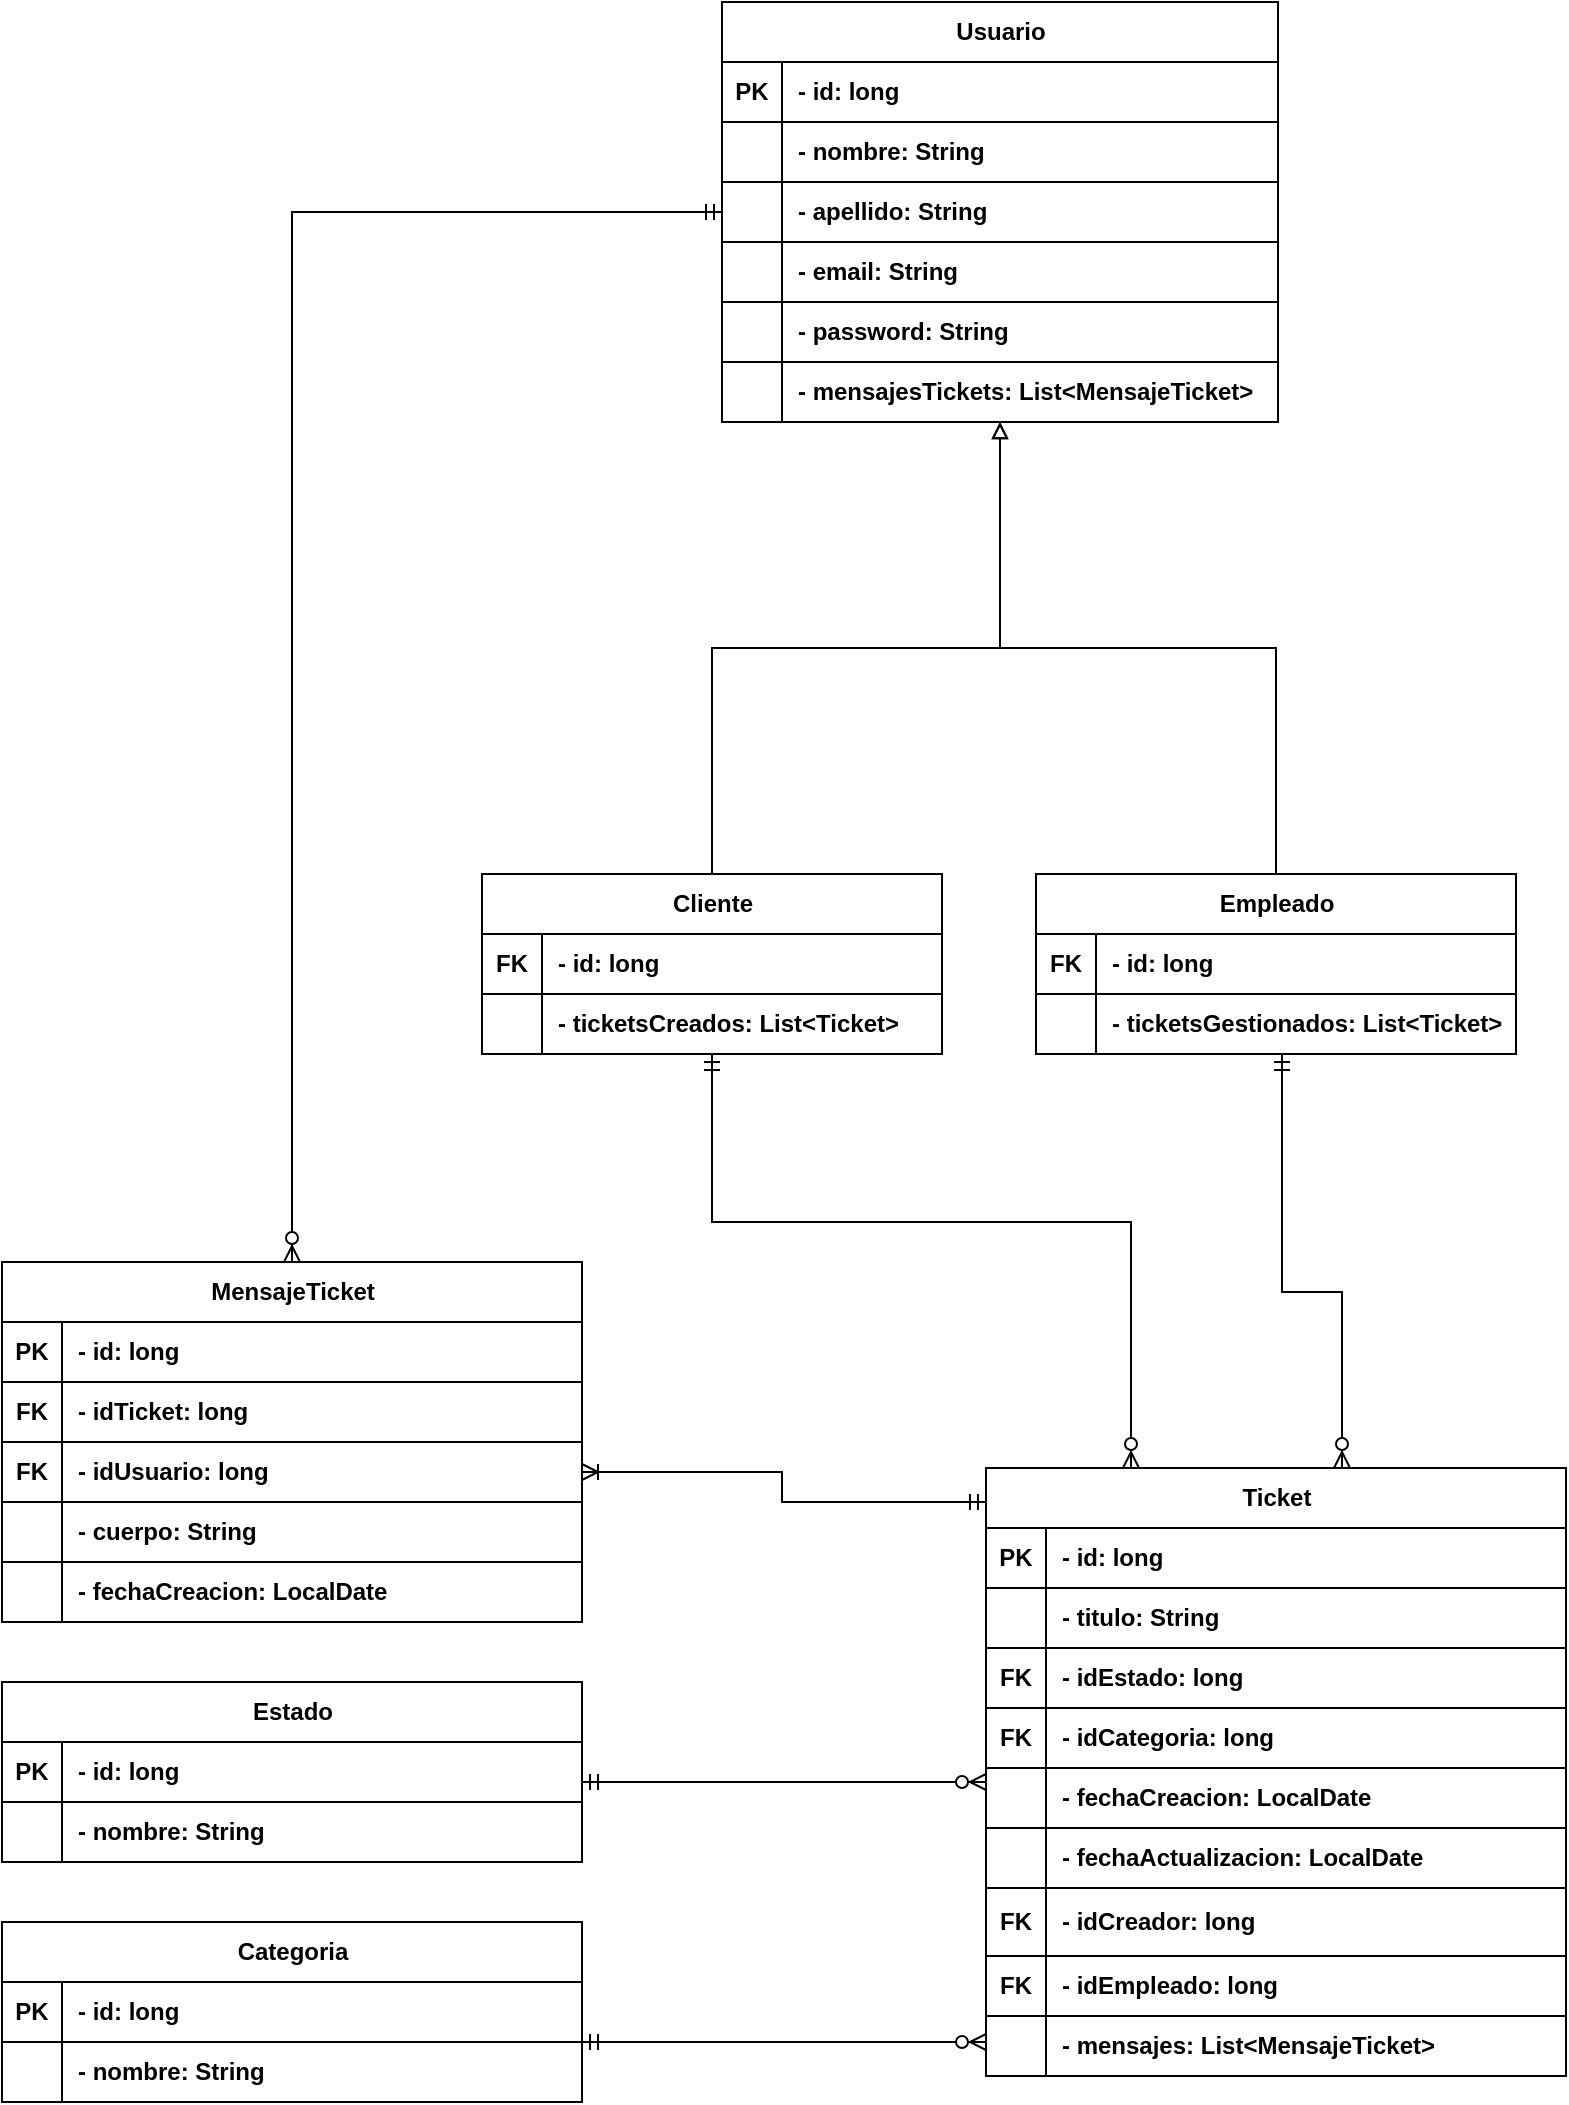
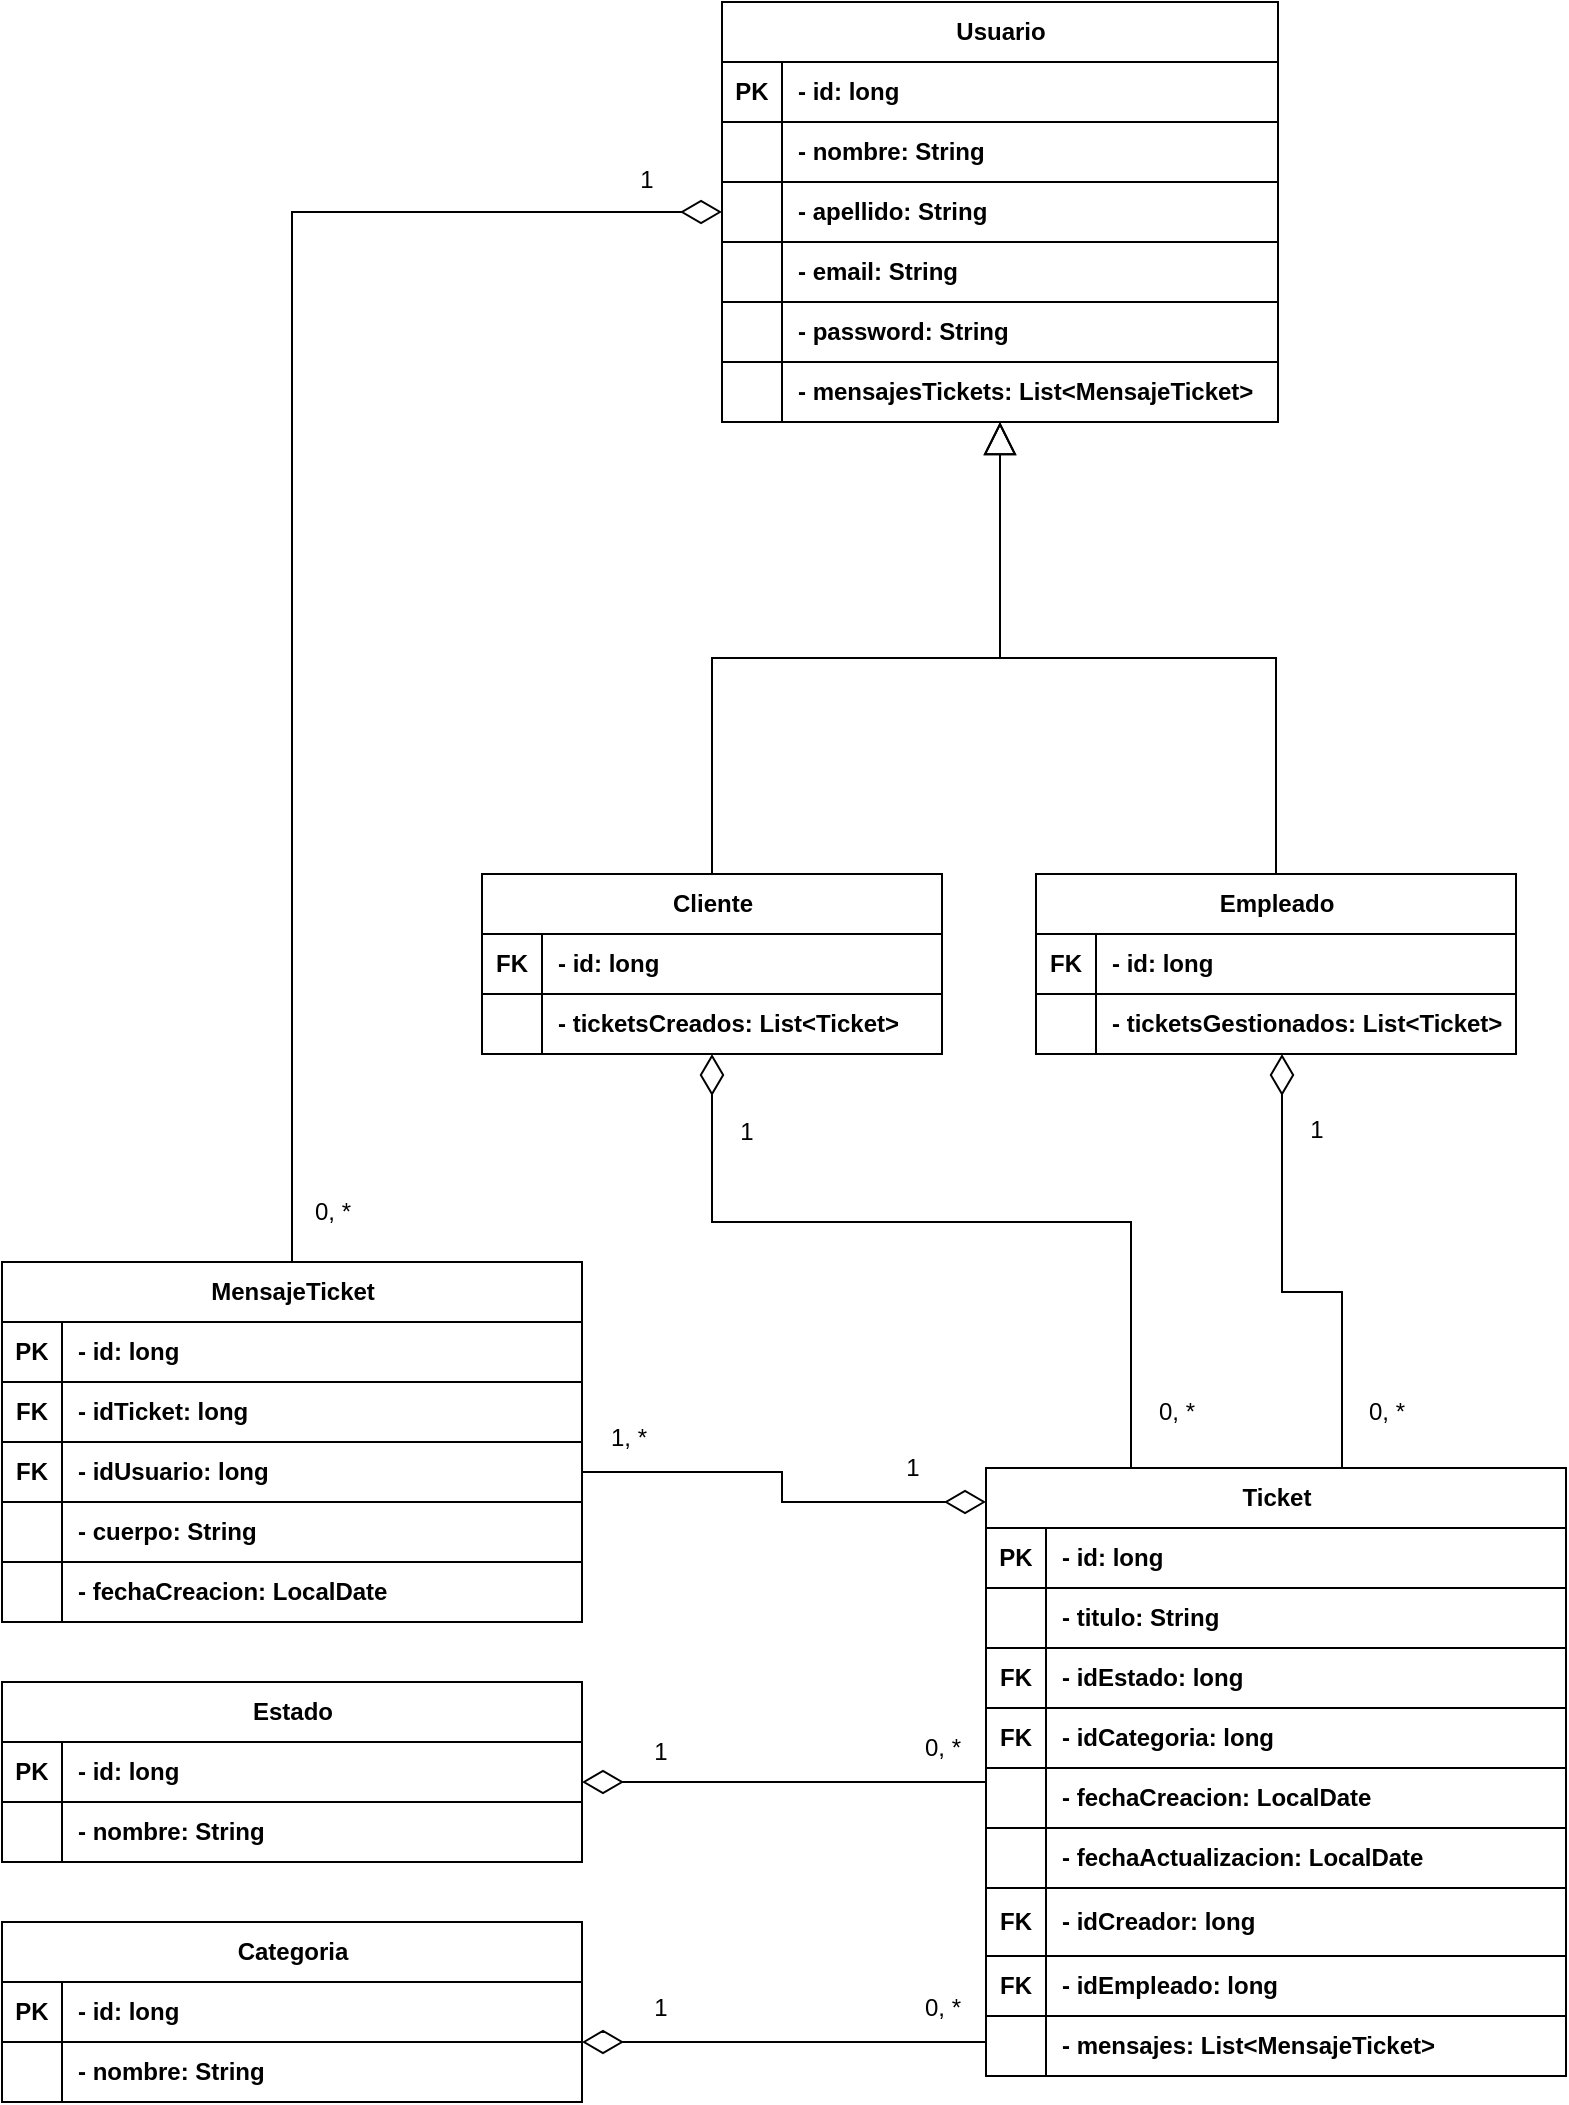
<mxfile host="Electron" agent="Mozilla/5.0 (Windows NT 10.0; Win64; x64) AppleWebKit/537.36 (KHTML, like Gecko) draw.io/26.2.2 Chrome/134.0.6998.178 Electron/35.1.2 Safari/537.36" version="26.2.2">
  <diagram name="Página-1" id="3M8e9SYmq60f9B821WXR">
    <mxGraphModel dx="1798" dy="1766" grid="1" gridSize="10" guides="1" tooltips="1" connect="1" arrows="1" fold="1" page="1" pageScale="1" pageWidth="827" pageHeight="1169" math="0" shadow="0">
      <root>
        <mxCell id="0" />
        <mxCell id="1" parent="0" />
        <mxCell id="R5LQCCE7_3QwuszoyC7Z-1" value="Usuario" style="shape=table;startSize=30;container=1;collapsible=1;childLayout=tableLayout;fixedRows=1;rowLines=0;fontStyle=1;align=center;resizeLast=1;html=1;" parent="1" vertex="1">
          <mxGeometry x="-440" y="-1080" width="278" height="210" as="geometry" />
        </mxCell>
        <mxCell id="R5LQCCE7_3QwuszoyC7Z-2" value="" style="shape=tableRow;horizontal=0;startSize=0;swimlaneHead=0;swimlaneBody=0;fillColor=none;collapsible=0;dropTarget=0;points=[[0,0.5],[1,0.5]];portConstraint=eastwest;top=0;left=0;right=0;bottom=1;" parent="R5LQCCE7_3QwuszoyC7Z-1" vertex="1">
          <mxGeometry y="30" width="278" height="30" as="geometry" />
        </mxCell>
        <mxCell id="R5LQCCE7_3QwuszoyC7Z-3" value="PK" style="shape=partialRectangle;connectable=0;fillColor=none;top=0;left=0;bottom=0;right=0;fontStyle=1;overflow=hidden;whiteSpace=wrap;html=1;" parent="R5LQCCE7_3QwuszoyC7Z-2" vertex="1">
          <mxGeometry width="30" height="30" as="geometry">
            <mxRectangle width="30" height="30" as="alternateBounds" />
          </mxGeometry>
        </mxCell>
        <mxCell id="R5LQCCE7_3QwuszoyC7Z-4" value="- id: long" style="shape=partialRectangle;connectable=0;fillColor=none;top=0;left=0;bottom=0;right=0;align=left;spacingLeft=6;fontStyle=1;overflow=hidden;whiteSpace=wrap;html=1;" parent="R5LQCCE7_3QwuszoyC7Z-2" vertex="1">
          <mxGeometry x="30" width="248" height="30" as="geometry">
            <mxRectangle width="248" height="30" as="alternateBounds" />
          </mxGeometry>
        </mxCell>
        <mxCell id="R5LQCCE7_3QwuszoyC7Z-39" value="" style="shape=tableRow;horizontal=0;startSize=0;swimlaneHead=0;swimlaneBody=0;fillColor=none;collapsible=0;dropTarget=0;points=[[0,0.5],[1,0.5]];portConstraint=eastwest;top=0;left=0;right=0;bottom=1;" parent="R5LQCCE7_3QwuszoyC7Z-1" vertex="1">
          <mxGeometry y="60" width="278" height="30" as="geometry" />
        </mxCell>
        <mxCell id="R5LQCCE7_3QwuszoyC7Z-40" value="" style="shape=partialRectangle;connectable=0;fillColor=none;top=0;left=0;bottom=0;right=0;fontStyle=1;overflow=hidden;whiteSpace=wrap;html=1;" parent="R5LQCCE7_3QwuszoyC7Z-39" vertex="1">
          <mxGeometry width="30" height="30" as="geometry">
            <mxRectangle width="30" height="30" as="alternateBounds" />
          </mxGeometry>
        </mxCell>
        <mxCell id="R5LQCCE7_3QwuszoyC7Z-41" value="- nombre: String" style="shape=partialRectangle;connectable=0;fillColor=none;top=0;left=0;bottom=0;right=0;align=left;spacingLeft=6;fontStyle=1;overflow=hidden;whiteSpace=wrap;html=1;" parent="R5LQCCE7_3QwuszoyC7Z-39" vertex="1">
          <mxGeometry x="30" width="248" height="30" as="geometry">
            <mxRectangle width="248" height="30" as="alternateBounds" />
          </mxGeometry>
        </mxCell>
        <mxCell id="R5LQCCE7_3QwuszoyC7Z-42" value="" style="shape=tableRow;horizontal=0;startSize=0;swimlaneHead=0;swimlaneBody=0;fillColor=none;collapsible=0;dropTarget=0;points=[[0,0.5],[1,0.5]];portConstraint=eastwest;top=0;left=0;right=0;bottom=1;" parent="R5LQCCE7_3QwuszoyC7Z-1" vertex="1">
          <mxGeometry y="90" width="278" height="30" as="geometry" />
        </mxCell>
        <mxCell id="R5LQCCE7_3QwuszoyC7Z-43" value="" style="shape=partialRectangle;connectable=0;fillColor=none;top=0;left=0;bottom=0;right=0;fontStyle=1;overflow=hidden;whiteSpace=wrap;html=1;" parent="R5LQCCE7_3QwuszoyC7Z-42" vertex="1">
          <mxGeometry width="30" height="30" as="geometry">
            <mxRectangle width="30" height="30" as="alternateBounds" />
          </mxGeometry>
        </mxCell>
        <mxCell id="R5LQCCE7_3QwuszoyC7Z-44" value="- apellido: String" style="shape=partialRectangle;connectable=0;fillColor=none;top=0;left=0;bottom=0;right=0;align=left;spacingLeft=6;fontStyle=1;overflow=hidden;whiteSpace=wrap;html=1;" parent="R5LQCCE7_3QwuszoyC7Z-42" vertex="1">
          <mxGeometry x="30" width="248" height="30" as="geometry">
            <mxRectangle width="248" height="30" as="alternateBounds" />
          </mxGeometry>
        </mxCell>
        <mxCell id="R5LQCCE7_3QwuszoyC7Z-45" value="" style="shape=tableRow;horizontal=0;startSize=0;swimlaneHead=0;swimlaneBody=0;fillColor=none;collapsible=0;dropTarget=0;points=[[0,0.5],[1,0.5]];portConstraint=eastwest;top=0;left=0;right=0;bottom=1;" parent="R5LQCCE7_3QwuszoyC7Z-1" vertex="1">
          <mxGeometry y="120" width="278" height="30" as="geometry" />
        </mxCell>
        <mxCell id="R5LQCCE7_3QwuszoyC7Z-46" value="" style="shape=partialRectangle;connectable=0;fillColor=none;top=0;left=0;bottom=0;right=0;fontStyle=1;overflow=hidden;whiteSpace=wrap;html=1;" parent="R5LQCCE7_3QwuszoyC7Z-45" vertex="1">
          <mxGeometry width="30" height="30" as="geometry">
            <mxRectangle width="30" height="30" as="alternateBounds" />
          </mxGeometry>
        </mxCell>
        <mxCell id="R5LQCCE7_3QwuszoyC7Z-47" value="- email: String" style="shape=partialRectangle;connectable=0;fillColor=none;top=0;left=0;bottom=0;right=0;align=left;spacingLeft=6;fontStyle=1;overflow=hidden;whiteSpace=wrap;html=1;" parent="R5LQCCE7_3QwuszoyC7Z-45" vertex="1">
          <mxGeometry x="30" width="248" height="30" as="geometry">
            <mxRectangle width="248" height="30" as="alternateBounds" />
          </mxGeometry>
        </mxCell>
        <mxCell id="tvN0JQb9E-ZVOXtC6DJ_-4" value="" style="shape=tableRow;horizontal=0;startSize=0;swimlaneHead=0;swimlaneBody=0;fillColor=none;collapsible=0;dropTarget=0;points=[[0,0.5],[1,0.5]];portConstraint=eastwest;top=0;left=0;right=0;bottom=1;" parent="R5LQCCE7_3QwuszoyC7Z-1" vertex="1">
          <mxGeometry y="150" width="278" height="30" as="geometry" />
        </mxCell>
        <mxCell id="tvN0JQb9E-ZVOXtC6DJ_-5" value="" style="shape=partialRectangle;connectable=0;fillColor=none;top=0;left=0;bottom=0;right=0;fontStyle=1;overflow=hidden;whiteSpace=wrap;html=1;" parent="tvN0JQb9E-ZVOXtC6DJ_-4" vertex="1">
          <mxGeometry width="30" height="30" as="geometry">
            <mxRectangle width="30" height="30" as="alternateBounds" />
          </mxGeometry>
        </mxCell>
        <mxCell id="tvN0JQb9E-ZVOXtC6DJ_-6" value="- password: String" style="shape=partialRectangle;connectable=0;fillColor=none;top=0;left=0;bottom=0;right=0;align=left;spacingLeft=6;fontStyle=1;overflow=hidden;whiteSpace=wrap;html=1;" parent="tvN0JQb9E-ZVOXtC6DJ_-4" vertex="1">
          <mxGeometry x="30" width="248" height="30" as="geometry">
            <mxRectangle width="248" height="30" as="alternateBounds" />
          </mxGeometry>
        </mxCell>
        <mxCell id="tvN0JQb9E-ZVOXtC6DJ_-32" value="" style="shape=tableRow;horizontal=0;startSize=0;swimlaneHead=0;swimlaneBody=0;fillColor=none;collapsible=0;dropTarget=0;points=[[0,0.5],[1,0.5]];portConstraint=eastwest;top=0;left=0;right=0;bottom=1;" parent="R5LQCCE7_3QwuszoyC7Z-1" vertex="1">
          <mxGeometry y="180" width="278" height="30" as="geometry" />
        </mxCell>
        <mxCell id="tvN0JQb9E-ZVOXtC6DJ_-33" value="" style="shape=partialRectangle;connectable=0;fillColor=none;top=0;left=0;bottom=0;right=0;fontStyle=1;overflow=hidden;whiteSpace=wrap;html=1;" parent="tvN0JQb9E-ZVOXtC6DJ_-32" vertex="1">
          <mxGeometry width="30" height="30" as="geometry">
            <mxRectangle width="30" height="30" as="alternateBounds" />
          </mxGeometry>
        </mxCell>
        <mxCell id="tvN0JQb9E-ZVOXtC6DJ_-34" value="- mensajesTickets: List&amp;lt;MensajeTicket&amp;gt;" style="shape=partialRectangle;connectable=0;fillColor=none;top=0;left=0;bottom=0;right=0;align=left;spacingLeft=6;fontStyle=1;overflow=hidden;whiteSpace=wrap;html=1;" parent="tvN0JQb9E-ZVOXtC6DJ_-32" vertex="1">
          <mxGeometry x="30" width="248" height="30" as="geometry">
            <mxRectangle width="248" height="30" as="alternateBounds" />
          </mxGeometry>
        </mxCell>
        <mxCell id="R5LQCCE7_3QwuszoyC7Z-80" value="Ticket" style="shape=table;startSize=30;container=1;collapsible=1;childLayout=tableLayout;fixedRows=1;rowLines=0;fontStyle=1;align=center;resizeLast=1;html=1;" parent="1" vertex="1">
          <mxGeometry x="-308" y="-347" width="290" height="304" as="geometry" />
        </mxCell>
        <mxCell id="R5LQCCE7_3QwuszoyC7Z-81" value="" style="shape=tableRow;horizontal=0;startSize=0;swimlaneHead=0;swimlaneBody=0;fillColor=none;collapsible=0;dropTarget=0;points=[[0,0.5],[1,0.5]];portConstraint=eastwest;top=0;left=0;right=0;bottom=1;" parent="R5LQCCE7_3QwuszoyC7Z-80" vertex="1">
          <mxGeometry y="30" width="290" height="30" as="geometry" />
        </mxCell>
        <mxCell id="R5LQCCE7_3QwuszoyC7Z-82" value="PK" style="shape=partialRectangle;connectable=0;fillColor=none;top=0;left=0;bottom=0;right=0;fontStyle=1;overflow=hidden;whiteSpace=wrap;html=1;" parent="R5LQCCE7_3QwuszoyC7Z-81" vertex="1">
          <mxGeometry width="30" height="30" as="geometry">
            <mxRectangle width="30" height="30" as="alternateBounds" />
          </mxGeometry>
        </mxCell>
        <mxCell id="R5LQCCE7_3QwuszoyC7Z-83" value="- id: long" style="shape=partialRectangle;connectable=0;fillColor=none;top=0;left=0;bottom=0;right=0;align=left;spacingLeft=6;fontStyle=1;overflow=hidden;whiteSpace=wrap;html=1;" parent="R5LQCCE7_3QwuszoyC7Z-81" vertex="1">
          <mxGeometry x="30" width="260" height="30" as="geometry">
            <mxRectangle width="260" height="30" as="alternateBounds" />
          </mxGeometry>
        </mxCell>
        <mxCell id="R5LQCCE7_3QwuszoyC7Z-84" value="" style="shape=tableRow;horizontal=0;startSize=0;swimlaneHead=0;swimlaneBody=0;fillColor=none;collapsible=0;dropTarget=0;points=[[0,0.5],[1,0.5]];portConstraint=eastwest;top=0;left=0;right=0;bottom=1;" parent="R5LQCCE7_3QwuszoyC7Z-80" vertex="1">
          <mxGeometry y="60" width="290" height="30" as="geometry" />
        </mxCell>
        <mxCell id="R5LQCCE7_3QwuszoyC7Z-85" value="" style="shape=partialRectangle;connectable=0;fillColor=none;top=0;left=0;bottom=0;right=0;fontStyle=1;overflow=hidden;whiteSpace=wrap;html=1;" parent="R5LQCCE7_3QwuszoyC7Z-84" vertex="1">
          <mxGeometry width="30" height="30" as="geometry">
            <mxRectangle width="30" height="30" as="alternateBounds" />
          </mxGeometry>
        </mxCell>
        <mxCell id="R5LQCCE7_3QwuszoyC7Z-86" value="- titulo: String" style="shape=partialRectangle;connectable=0;fillColor=none;top=0;left=0;bottom=0;right=0;align=left;spacingLeft=6;fontStyle=1;overflow=hidden;whiteSpace=wrap;html=1;" parent="R5LQCCE7_3QwuszoyC7Z-84" vertex="1">
          <mxGeometry x="30" width="260" height="30" as="geometry">
            <mxRectangle width="260" height="30" as="alternateBounds" />
          </mxGeometry>
        </mxCell>
        <mxCell id="R5LQCCE7_3QwuszoyC7Z-90" value="" style="shape=tableRow;horizontal=0;startSize=0;swimlaneHead=0;swimlaneBody=0;fillColor=none;collapsible=0;dropTarget=0;points=[[0,0.5],[1,0.5]];portConstraint=eastwest;top=0;left=0;right=0;bottom=1;" parent="R5LQCCE7_3QwuszoyC7Z-80" vertex="1">
          <mxGeometry y="90" width="290" height="30" as="geometry" />
        </mxCell>
        <mxCell id="R5LQCCE7_3QwuszoyC7Z-91" value="FK" style="shape=partialRectangle;connectable=0;fillColor=none;top=0;left=0;bottom=0;right=0;fontStyle=1;overflow=hidden;whiteSpace=wrap;html=1;" parent="R5LQCCE7_3QwuszoyC7Z-90" vertex="1">
          <mxGeometry width="30" height="30" as="geometry">
            <mxRectangle width="30" height="30" as="alternateBounds" />
          </mxGeometry>
        </mxCell>
        <mxCell id="R5LQCCE7_3QwuszoyC7Z-92" value="- idEstado: long" style="shape=partialRectangle;connectable=0;fillColor=none;top=0;left=0;bottom=0;right=0;align=left;spacingLeft=6;fontStyle=1;overflow=hidden;whiteSpace=wrap;html=1;" parent="R5LQCCE7_3QwuszoyC7Z-90" vertex="1">
          <mxGeometry x="30" width="260" height="30" as="geometry">
            <mxRectangle width="260" height="30" as="alternateBounds" />
          </mxGeometry>
        </mxCell>
        <mxCell id="R5LQCCE7_3QwuszoyC7Z-386" value="" style="shape=tableRow;horizontal=0;startSize=0;swimlaneHead=0;swimlaneBody=0;fillColor=none;collapsible=0;dropTarget=0;points=[[0,0.5],[1,0.5]];portConstraint=eastwest;top=0;left=0;right=0;bottom=1;" parent="R5LQCCE7_3QwuszoyC7Z-80" vertex="1">
          <mxGeometry y="120" width="290" height="30" as="geometry" />
        </mxCell>
        <mxCell id="R5LQCCE7_3QwuszoyC7Z-387" value="FK" style="shape=partialRectangle;connectable=0;fillColor=none;top=0;left=0;bottom=0;right=0;fontStyle=1;overflow=hidden;whiteSpace=wrap;html=1;" parent="R5LQCCE7_3QwuszoyC7Z-386" vertex="1">
          <mxGeometry width="30" height="30" as="geometry">
            <mxRectangle width="30" height="30" as="alternateBounds" />
          </mxGeometry>
        </mxCell>
        <mxCell id="R5LQCCE7_3QwuszoyC7Z-388" value="- idCategoria: long" style="shape=partialRectangle;connectable=0;fillColor=none;top=0;left=0;bottom=0;right=0;align=left;spacingLeft=6;fontStyle=1;overflow=hidden;whiteSpace=wrap;html=1;" parent="R5LQCCE7_3QwuszoyC7Z-386" vertex="1">
          <mxGeometry x="30" width="260" height="30" as="geometry">
            <mxRectangle width="260" height="30" as="alternateBounds" />
          </mxGeometry>
        </mxCell>
        <mxCell id="R5LQCCE7_3QwuszoyC7Z-93" value="" style="shape=tableRow;horizontal=0;startSize=0;swimlaneHead=0;swimlaneBody=0;fillColor=none;collapsible=0;dropTarget=0;points=[[0,0.5],[1,0.5]];portConstraint=eastwest;top=0;left=0;right=0;bottom=1;" parent="R5LQCCE7_3QwuszoyC7Z-80" vertex="1">
          <mxGeometry y="150" width="290" height="30" as="geometry" />
        </mxCell>
        <mxCell id="R5LQCCE7_3QwuszoyC7Z-94" value="" style="shape=partialRectangle;connectable=0;fillColor=none;top=0;left=0;bottom=0;right=0;fontStyle=1;overflow=hidden;whiteSpace=wrap;html=1;" parent="R5LQCCE7_3QwuszoyC7Z-93" vertex="1">
          <mxGeometry width="30" height="30" as="geometry">
            <mxRectangle width="30" height="30" as="alternateBounds" />
          </mxGeometry>
        </mxCell>
        <mxCell id="R5LQCCE7_3QwuszoyC7Z-95" value="- fechaCreacion: LocalDate" style="shape=partialRectangle;connectable=0;fillColor=none;top=0;left=0;bottom=0;right=0;align=left;spacingLeft=6;fontStyle=1;overflow=hidden;whiteSpace=wrap;html=1;" parent="R5LQCCE7_3QwuszoyC7Z-93" vertex="1">
          <mxGeometry x="30" width="260" height="30" as="geometry">
            <mxRectangle width="260" height="30" as="alternateBounds" />
          </mxGeometry>
        </mxCell>
        <mxCell id="R5LQCCE7_3QwuszoyC7Z-96" value="" style="shape=tableRow;horizontal=0;startSize=0;swimlaneHead=0;swimlaneBody=0;fillColor=none;collapsible=0;dropTarget=0;points=[[0,0.5],[1,0.5]];portConstraint=eastwest;top=0;left=0;right=0;bottom=1;" parent="R5LQCCE7_3QwuszoyC7Z-80" vertex="1">
          <mxGeometry y="180" width="290" height="30" as="geometry" />
        </mxCell>
        <mxCell id="R5LQCCE7_3QwuszoyC7Z-97" value="" style="shape=partialRectangle;connectable=0;fillColor=none;top=0;left=0;bottom=0;right=0;fontStyle=1;overflow=hidden;whiteSpace=wrap;html=1;" parent="R5LQCCE7_3QwuszoyC7Z-96" vertex="1">
          <mxGeometry width="30" height="30" as="geometry">
            <mxRectangle width="30" height="30" as="alternateBounds" />
          </mxGeometry>
        </mxCell>
        <mxCell id="R5LQCCE7_3QwuszoyC7Z-98" value="- fechaActualizacion: LocalDate" style="shape=partialRectangle;connectable=0;fillColor=none;top=0;left=0;bottom=0;right=0;align=left;spacingLeft=6;fontStyle=1;overflow=hidden;whiteSpace=wrap;html=1;" parent="R5LQCCE7_3QwuszoyC7Z-96" vertex="1">
          <mxGeometry x="30" width="260" height="30" as="geometry">
            <mxRectangle width="260" height="30" as="alternateBounds" />
          </mxGeometry>
        </mxCell>
        <mxCell id="R5LQCCE7_3QwuszoyC7Z-99" value="" style="shape=tableRow;horizontal=0;startSize=0;swimlaneHead=0;swimlaneBody=0;fillColor=none;collapsible=0;dropTarget=0;points=[[0,0.5],[1,0.5]];portConstraint=eastwest;top=0;left=0;right=0;bottom=1;" parent="R5LQCCE7_3QwuszoyC7Z-80" vertex="1">
          <mxGeometry y="210" width="290" height="34" as="geometry" />
        </mxCell>
        <mxCell id="R5LQCCE7_3QwuszoyC7Z-100" value="FK" style="shape=partialRectangle;connectable=0;fillColor=none;top=0;left=0;bottom=0;right=0;fontStyle=1;overflow=hidden;whiteSpace=wrap;html=1;" parent="R5LQCCE7_3QwuszoyC7Z-99" vertex="1">
          <mxGeometry width="30" height="34" as="geometry">
            <mxRectangle width="30" height="34" as="alternateBounds" />
          </mxGeometry>
        </mxCell>
        <mxCell id="R5LQCCE7_3QwuszoyC7Z-101" value="- idCreador: long" style="shape=partialRectangle;connectable=0;fillColor=none;top=0;left=0;bottom=0;right=0;align=left;spacingLeft=6;fontStyle=1;overflow=hidden;whiteSpace=wrap;html=1;" parent="R5LQCCE7_3QwuszoyC7Z-99" vertex="1">
          <mxGeometry x="30" width="260" height="34" as="geometry">
            <mxRectangle width="260" height="34" as="alternateBounds" />
          </mxGeometry>
        </mxCell>
        <mxCell id="R5LQCCE7_3QwuszoyC7Z-102" value="" style="shape=tableRow;horizontal=0;startSize=0;swimlaneHead=0;swimlaneBody=0;fillColor=none;collapsible=0;dropTarget=0;points=[[0,0.5],[1,0.5]];portConstraint=eastwest;top=0;left=0;right=0;bottom=1;" parent="R5LQCCE7_3QwuszoyC7Z-80" vertex="1">
          <mxGeometry y="244" width="290" height="30" as="geometry" />
        </mxCell>
        <mxCell id="R5LQCCE7_3QwuszoyC7Z-103" value="FK" style="shape=partialRectangle;connectable=0;fillColor=none;top=0;left=0;bottom=0;right=0;fontStyle=1;overflow=hidden;whiteSpace=wrap;html=1;" parent="R5LQCCE7_3QwuszoyC7Z-102" vertex="1">
          <mxGeometry width="30" height="30" as="geometry">
            <mxRectangle width="30" height="30" as="alternateBounds" />
          </mxGeometry>
        </mxCell>
        <mxCell id="R5LQCCE7_3QwuszoyC7Z-104" value="- idEmpleado: long" style="shape=partialRectangle;connectable=0;fillColor=none;top=0;left=0;bottom=0;right=0;align=left;spacingLeft=6;fontStyle=1;overflow=hidden;whiteSpace=wrap;html=1;" parent="R5LQCCE7_3QwuszoyC7Z-102" vertex="1">
          <mxGeometry x="30" width="260" height="30" as="geometry">
            <mxRectangle width="260" height="30" as="alternateBounds" />
          </mxGeometry>
        </mxCell>
        <mxCell id="R5LQCCE7_3QwuszoyC7Z-402" value="" style="shape=tableRow;horizontal=0;startSize=0;swimlaneHead=0;swimlaneBody=0;fillColor=none;collapsible=0;dropTarget=0;points=[[0,0.5],[1,0.5]];portConstraint=eastwest;top=0;left=0;right=0;bottom=1;" parent="R5LQCCE7_3QwuszoyC7Z-80" vertex="1">
          <mxGeometry y="274" width="290" height="30" as="geometry" />
        </mxCell>
        <mxCell id="R5LQCCE7_3QwuszoyC7Z-403" value="" style="shape=partialRectangle;connectable=0;fillColor=none;top=0;left=0;bottom=0;right=0;fontStyle=1;overflow=hidden;whiteSpace=wrap;html=1;" parent="R5LQCCE7_3QwuszoyC7Z-402" vertex="1">
          <mxGeometry width="30" height="30" as="geometry">
            <mxRectangle width="30" height="30" as="alternateBounds" />
          </mxGeometry>
        </mxCell>
        <mxCell id="R5LQCCE7_3QwuszoyC7Z-404" value="- mensajes: List&amp;lt;MensajeTicket&amp;gt;" style="shape=partialRectangle;connectable=0;fillColor=none;top=0;left=0;bottom=0;right=0;align=left;spacingLeft=6;fontStyle=1;overflow=hidden;whiteSpace=wrap;html=1;" parent="R5LQCCE7_3QwuszoyC7Z-402" vertex="1">
          <mxGeometry x="30" width="260" height="30" as="geometry">
            <mxRectangle width="260" height="30" as="alternateBounds" />
          </mxGeometry>
        </mxCell>
        <mxCell id="R5LQCCE7_3QwuszoyC7Z-324" value="MensajeTicket" style="shape=table;startSize=30;container=1;collapsible=1;childLayout=tableLayout;fixedRows=1;rowLines=0;fontStyle=1;align=center;resizeLast=1;html=1;" parent="1" vertex="1">
          <mxGeometry x="-800" y="-450" width="290" height="180" as="geometry" />
        </mxCell>
        <mxCell id="R5LQCCE7_3QwuszoyC7Z-325" value="" style="shape=tableRow;horizontal=0;startSize=0;swimlaneHead=0;swimlaneBody=0;fillColor=none;collapsible=0;dropTarget=0;points=[[0,0.5],[1,0.5]];portConstraint=eastwest;top=0;left=0;right=0;bottom=1;" parent="R5LQCCE7_3QwuszoyC7Z-324" vertex="1">
          <mxGeometry y="30" width="290" height="30" as="geometry" />
        </mxCell>
        <mxCell id="R5LQCCE7_3QwuszoyC7Z-326" value="PK" style="shape=partialRectangle;connectable=0;fillColor=none;top=0;left=0;bottom=0;right=0;fontStyle=1;overflow=hidden;whiteSpace=wrap;html=1;" parent="R5LQCCE7_3QwuszoyC7Z-325" vertex="1">
          <mxGeometry width="30" height="30" as="geometry">
            <mxRectangle width="30" height="30" as="alternateBounds" />
          </mxGeometry>
        </mxCell>
        <mxCell id="R5LQCCE7_3QwuszoyC7Z-327" value="- id: long" style="shape=partialRectangle;connectable=0;fillColor=none;top=0;left=0;bottom=0;right=0;align=left;spacingLeft=6;fontStyle=1;overflow=hidden;whiteSpace=wrap;html=1;" parent="R5LQCCE7_3QwuszoyC7Z-325" vertex="1">
          <mxGeometry x="30" width="260" height="30" as="geometry">
            <mxRectangle width="260" height="30" as="alternateBounds" />
          </mxGeometry>
        </mxCell>
        <mxCell id="R5LQCCE7_3QwuszoyC7Z-328" value="" style="shape=tableRow;horizontal=0;startSize=0;swimlaneHead=0;swimlaneBody=0;fillColor=none;collapsible=0;dropTarget=0;points=[[0,0.5],[1,0.5]];portConstraint=eastwest;top=0;left=0;right=0;bottom=1;" parent="R5LQCCE7_3QwuszoyC7Z-324" vertex="1">
          <mxGeometry y="60" width="290" height="30" as="geometry" />
        </mxCell>
        <mxCell id="R5LQCCE7_3QwuszoyC7Z-329" value="FK" style="shape=partialRectangle;connectable=0;fillColor=none;top=0;left=0;bottom=0;right=0;fontStyle=1;overflow=hidden;whiteSpace=wrap;html=1;" parent="R5LQCCE7_3QwuszoyC7Z-328" vertex="1">
          <mxGeometry width="30" height="30" as="geometry">
            <mxRectangle width="30" height="30" as="alternateBounds" />
          </mxGeometry>
        </mxCell>
        <mxCell id="R5LQCCE7_3QwuszoyC7Z-330" value="- idTicket: long" style="shape=partialRectangle;connectable=0;fillColor=none;top=0;left=0;bottom=0;right=0;align=left;spacingLeft=6;fontStyle=1;overflow=hidden;whiteSpace=wrap;html=1;" parent="R5LQCCE7_3QwuszoyC7Z-328" vertex="1">
          <mxGeometry x="30" width="260" height="30" as="geometry">
            <mxRectangle width="260" height="30" as="alternateBounds" />
          </mxGeometry>
        </mxCell>
        <mxCell id="R5LQCCE7_3QwuszoyC7Z-331" value="" style="shape=tableRow;horizontal=0;startSize=0;swimlaneHead=0;swimlaneBody=0;fillColor=none;collapsible=0;dropTarget=0;points=[[0,0.5],[1,0.5]];portConstraint=eastwest;top=0;left=0;right=0;bottom=1;" parent="R5LQCCE7_3QwuszoyC7Z-324" vertex="1">
          <mxGeometry y="90" width="290" height="30" as="geometry" />
        </mxCell>
        <mxCell id="R5LQCCE7_3QwuszoyC7Z-332" value="FK" style="shape=partialRectangle;connectable=0;fillColor=none;top=0;left=0;bottom=0;right=0;fontStyle=1;overflow=hidden;whiteSpace=wrap;html=1;" parent="R5LQCCE7_3QwuszoyC7Z-331" vertex="1">
          <mxGeometry width="30" height="30" as="geometry">
            <mxRectangle width="30" height="30" as="alternateBounds" />
          </mxGeometry>
        </mxCell>
        <mxCell id="R5LQCCE7_3QwuszoyC7Z-333" value="- idUsuario: long" style="shape=partialRectangle;connectable=0;fillColor=none;top=0;left=0;bottom=0;right=0;align=left;spacingLeft=6;fontStyle=1;overflow=hidden;whiteSpace=wrap;html=1;" parent="R5LQCCE7_3QwuszoyC7Z-331" vertex="1">
          <mxGeometry x="30" width="260" height="30" as="geometry">
            <mxRectangle width="260" height="30" as="alternateBounds" />
          </mxGeometry>
        </mxCell>
        <mxCell id="R5LQCCE7_3QwuszoyC7Z-334" value="" style="shape=tableRow;horizontal=0;startSize=0;swimlaneHead=0;swimlaneBody=0;fillColor=none;collapsible=0;dropTarget=0;points=[[0,0.5],[1,0.5]];portConstraint=eastwest;top=0;left=0;right=0;bottom=1;" parent="R5LQCCE7_3QwuszoyC7Z-324" vertex="1">
          <mxGeometry y="120" width="290" height="30" as="geometry" />
        </mxCell>
        <mxCell id="R5LQCCE7_3QwuszoyC7Z-335" value="" style="shape=partialRectangle;connectable=0;fillColor=none;top=0;left=0;bottom=0;right=0;fontStyle=1;overflow=hidden;whiteSpace=wrap;html=1;" parent="R5LQCCE7_3QwuszoyC7Z-334" vertex="1">
          <mxGeometry width="30" height="30" as="geometry">
            <mxRectangle width="30" height="30" as="alternateBounds" />
          </mxGeometry>
        </mxCell>
        <mxCell id="R5LQCCE7_3QwuszoyC7Z-336" value="- cuerpo: String" style="shape=partialRectangle;connectable=0;fillColor=none;top=0;left=0;bottom=0;right=0;align=left;spacingLeft=6;fontStyle=1;overflow=hidden;whiteSpace=wrap;html=1;" parent="R5LQCCE7_3QwuszoyC7Z-334" vertex="1">
          <mxGeometry x="30" width="260" height="30" as="geometry">
            <mxRectangle width="260" height="30" as="alternateBounds" />
          </mxGeometry>
        </mxCell>
        <mxCell id="R5LQCCE7_3QwuszoyC7Z-337" value="" style="shape=tableRow;horizontal=0;startSize=0;swimlaneHead=0;swimlaneBody=0;fillColor=none;collapsible=0;dropTarget=0;points=[[0,0.5],[1,0.5]];portConstraint=eastwest;top=0;left=0;right=0;bottom=1;" parent="R5LQCCE7_3QwuszoyC7Z-324" vertex="1">
          <mxGeometry y="150" width="290" height="30" as="geometry" />
        </mxCell>
        <mxCell id="R5LQCCE7_3QwuszoyC7Z-338" value="" style="shape=partialRectangle;connectable=0;fillColor=none;top=0;left=0;bottom=0;right=0;fontStyle=1;overflow=hidden;whiteSpace=wrap;html=1;" parent="R5LQCCE7_3QwuszoyC7Z-337" vertex="1">
          <mxGeometry width="30" height="30" as="geometry">
            <mxRectangle width="30" height="30" as="alternateBounds" />
          </mxGeometry>
        </mxCell>
        <mxCell id="R5LQCCE7_3QwuszoyC7Z-339" value="- fechaCreacion: LocalDate" style="shape=partialRectangle;connectable=0;fillColor=none;top=0;left=0;bottom=0;right=0;align=left;spacingLeft=6;fontStyle=1;overflow=hidden;whiteSpace=wrap;html=1;" parent="R5LQCCE7_3QwuszoyC7Z-337" vertex="1">
          <mxGeometry x="30" width="260" height="30" as="geometry">
            <mxRectangle width="260" height="30" as="alternateBounds" />
          </mxGeometry>
        </mxCell>
        <mxCell id="R5LQCCE7_3QwuszoyC7Z-352" value="Estado" style="shape=table;startSize=30;container=1;collapsible=1;childLayout=tableLayout;fixedRows=1;rowLines=0;fontStyle=1;align=center;resizeLast=1;html=1;" parent="1" vertex="1">
          <mxGeometry x="-800" y="-240" width="290" height="90" as="geometry" />
        </mxCell>
        <mxCell id="R5LQCCE7_3QwuszoyC7Z-353" value="" style="shape=tableRow;horizontal=0;startSize=0;swimlaneHead=0;swimlaneBody=0;fillColor=none;collapsible=0;dropTarget=0;points=[[0,0.5],[1,0.5]];portConstraint=eastwest;top=0;left=0;right=0;bottom=1;" parent="R5LQCCE7_3QwuszoyC7Z-352" vertex="1">
          <mxGeometry y="30" width="290" height="30" as="geometry" />
        </mxCell>
        <mxCell id="R5LQCCE7_3QwuszoyC7Z-354" value="PK" style="shape=partialRectangle;connectable=0;fillColor=none;top=0;left=0;bottom=0;right=0;fontStyle=1;overflow=hidden;whiteSpace=wrap;html=1;" parent="R5LQCCE7_3QwuszoyC7Z-353" vertex="1">
          <mxGeometry width="30" height="30" as="geometry">
            <mxRectangle width="30" height="30" as="alternateBounds" />
          </mxGeometry>
        </mxCell>
        <mxCell id="R5LQCCE7_3QwuszoyC7Z-355" value="- id: long" style="shape=partialRectangle;connectable=0;fillColor=none;top=0;left=0;bottom=0;right=0;align=left;spacingLeft=6;fontStyle=1;overflow=hidden;whiteSpace=wrap;html=1;" parent="R5LQCCE7_3QwuszoyC7Z-353" vertex="1">
          <mxGeometry x="30" width="260" height="30" as="geometry">
            <mxRectangle width="260" height="30" as="alternateBounds" />
          </mxGeometry>
        </mxCell>
        <mxCell id="R5LQCCE7_3QwuszoyC7Z-362" value="" style="shape=tableRow;horizontal=0;startSize=0;swimlaneHead=0;swimlaneBody=0;fillColor=none;collapsible=0;dropTarget=0;points=[[0,0.5],[1,0.5]];portConstraint=eastwest;top=0;left=0;right=0;bottom=1;" parent="R5LQCCE7_3QwuszoyC7Z-352" vertex="1">
          <mxGeometry y="60" width="290" height="30" as="geometry" />
        </mxCell>
        <mxCell id="R5LQCCE7_3QwuszoyC7Z-363" value="" style="shape=partialRectangle;connectable=0;fillColor=none;top=0;left=0;bottom=0;right=0;fontStyle=1;overflow=hidden;whiteSpace=wrap;html=1;" parent="R5LQCCE7_3QwuszoyC7Z-362" vertex="1">
          <mxGeometry width="30" height="30" as="geometry">
            <mxRectangle width="30" height="30" as="alternateBounds" />
          </mxGeometry>
        </mxCell>
        <mxCell id="R5LQCCE7_3QwuszoyC7Z-364" value="- nombre: String" style="shape=partialRectangle;connectable=0;fillColor=none;top=0;left=0;bottom=0;right=0;align=left;spacingLeft=6;fontStyle=1;overflow=hidden;whiteSpace=wrap;html=1;" parent="R5LQCCE7_3QwuszoyC7Z-362" vertex="1">
          <mxGeometry x="30" width="260" height="30" as="geometry">
            <mxRectangle width="260" height="30" as="alternateBounds" />
          </mxGeometry>
        </mxCell>
        <mxCell id="R5LQCCE7_3QwuszoyC7Z-378" value="Categoria" style="shape=table;startSize=30;container=1;collapsible=1;childLayout=tableLayout;fixedRows=1;rowLines=0;fontStyle=1;align=center;resizeLast=1;html=1;" parent="1" vertex="1">
          <mxGeometry x="-800" y="-120" width="290" height="90" as="geometry" />
        </mxCell>
        <mxCell id="R5LQCCE7_3QwuszoyC7Z-379" value="" style="shape=tableRow;horizontal=0;startSize=0;swimlaneHead=0;swimlaneBody=0;fillColor=none;collapsible=0;dropTarget=0;points=[[0,0.5],[1,0.5]];portConstraint=eastwest;top=0;left=0;right=0;bottom=1;" parent="R5LQCCE7_3QwuszoyC7Z-378" vertex="1">
          <mxGeometry y="30" width="290" height="30" as="geometry" />
        </mxCell>
        <mxCell id="R5LQCCE7_3QwuszoyC7Z-380" value="PK" style="shape=partialRectangle;connectable=0;fillColor=none;top=0;left=0;bottom=0;right=0;fontStyle=1;overflow=hidden;whiteSpace=wrap;html=1;" parent="R5LQCCE7_3QwuszoyC7Z-379" vertex="1">
          <mxGeometry width="30" height="30" as="geometry">
            <mxRectangle width="30" height="30" as="alternateBounds" />
          </mxGeometry>
        </mxCell>
        <mxCell id="R5LQCCE7_3QwuszoyC7Z-381" value="- id: long" style="shape=partialRectangle;connectable=0;fillColor=none;top=0;left=0;bottom=0;right=0;align=left;spacingLeft=6;fontStyle=1;overflow=hidden;whiteSpace=wrap;html=1;" parent="R5LQCCE7_3QwuszoyC7Z-379" vertex="1">
          <mxGeometry x="30" width="260" height="30" as="geometry">
            <mxRectangle width="260" height="30" as="alternateBounds" />
          </mxGeometry>
        </mxCell>
        <mxCell id="R5LQCCE7_3QwuszoyC7Z-382" value="" style="shape=tableRow;horizontal=0;startSize=0;swimlaneHead=0;swimlaneBody=0;fillColor=none;collapsible=0;dropTarget=0;points=[[0,0.5],[1,0.5]];portConstraint=eastwest;top=0;left=0;right=0;bottom=1;" parent="R5LQCCE7_3QwuszoyC7Z-378" vertex="1">
          <mxGeometry y="60" width="290" height="30" as="geometry" />
        </mxCell>
        <mxCell id="R5LQCCE7_3QwuszoyC7Z-383" value="" style="shape=partialRectangle;connectable=0;fillColor=none;top=0;left=0;bottom=0;right=0;fontStyle=1;overflow=hidden;whiteSpace=wrap;html=1;" parent="R5LQCCE7_3QwuszoyC7Z-382" vertex="1">
          <mxGeometry width="30" height="30" as="geometry">
            <mxRectangle width="30" height="30" as="alternateBounds" />
          </mxGeometry>
        </mxCell>
        <mxCell id="R5LQCCE7_3QwuszoyC7Z-384" value="- nombre: String" style="shape=partialRectangle;connectable=0;fillColor=none;top=0;left=0;bottom=0;right=0;align=left;spacingLeft=6;fontStyle=1;overflow=hidden;whiteSpace=wrap;html=1;" parent="R5LQCCE7_3QwuszoyC7Z-382" vertex="1">
          <mxGeometry x="30" width="260" height="30" as="geometry">
            <mxRectangle width="260" height="30" as="alternateBounds" />
          </mxGeometry>
        </mxCell>
-         <mxCell id="R5LQCCE7_3QwuszoyC7Z-406" value="" style="edgeStyle=orthogonalEdgeStyle;fontSize=12;html=1;endArrow=ERzeroToMany;startArrow=ERmandOne;rounded=0;exitX=0;exitY=0.5;exitDx=0;exitDy=0;entryX=0.5;entryY=0;entryDx=0;entryDy=0;" parent="1" source="R5LQCCE7_3QwuszoyC7Z-42" target="R5LQCCE7_3QwuszoyC7Z-324" edge="1">
+         <mxCell id="R5LQCCE7_3QwuszoyC7Z-406" value="" style="edgeStyle=orthogonalEdgeStyle;fontSize=12;html=1;endArrow=none;startArrow=diamondThin;rounded=0;exitX=0;exitY=0.5;exitDx=0;exitDy=0;entryX=0.5;entryY=0;entryDx=0;entryDy=0;startFill=0;endSize=6;targetPerimeterSpacing=0;sourcePerimeterSpacing=0;startSize=18;" parent="1" source="R5LQCCE7_3QwuszoyC7Z-42" target="R5LQCCE7_3QwuszoyC7Z-324" edge="1">
          <mxGeometry width="100" height="100" relative="1" as="geometry">
            <mxPoint x="-405" y="-410" as="sourcePoint" />
            <mxPoint x="-770" y="-750" as="targetPoint" />
            <Array as="points">
              <mxPoint x="-655" y="-975" />
            </Array>
          </mxGeometry>
        </mxCell>
-         <mxCell id="tvN0JQb9E-ZVOXtC6DJ_-45" value="" style="edgeStyle=orthogonalEdgeStyle;fontSize=12;html=1;endArrow=ERoneToMany;startArrow=ERmandOne;rounded=0;entryX=1;entryY=0.5;entryDx=0;entryDy=0;" parent="1" source="R5LQCCE7_3QwuszoyC7Z-80" target="R5LQCCE7_3QwuszoyC7Z-331" edge="1">
+         <mxCell id="tvN0JQb9E-ZVOXtC6DJ_-45" value="" style="edgeStyle=orthogonalEdgeStyle;fontSize=12;html=1;endArrow=none;startArrow=diamondThin;rounded=0;entryX=1;entryY=0.5;entryDx=0;entryDy=0;startFill=0;startSize=18;" parent="1" source="R5LQCCE7_3QwuszoyC7Z-80" target="R5LQCCE7_3QwuszoyC7Z-331" edge="1">
          <mxGeometry width="100" height="100" relative="1" as="geometry">
            <mxPoint x="-670" y="-780" as="sourcePoint" />
            <mxPoint x="-570" y="-880" as="targetPoint" />
            <Array as="points">
              <mxPoint x="-410" y="-330" />
              <mxPoint x="-410" y="-345" />
            </Array>
          </mxGeometry>
        </mxCell>
-         <mxCell id="tvN0JQb9E-ZVOXtC6DJ_-47" value="" style="edgeStyle=orthogonalEdgeStyle;fontSize=12;html=1;endArrow=ERzeroToMany;startArrow=ERmandOne;rounded=0;" parent="1" source="R5LQCCE7_3QwuszoyC7Z-352" target="R5LQCCE7_3QwuszoyC7Z-80" edge="1">
+         <mxCell id="tvN0JQb9E-ZVOXtC6DJ_-47" value="" style="edgeStyle=orthogonalEdgeStyle;fontSize=12;html=1;endArrow=none;startArrow=diamondThin;rounded=0;startSize=18;startFill=0;" parent="1" source="R5LQCCE7_3QwuszoyC7Z-352" target="R5LQCCE7_3QwuszoyC7Z-80" edge="1">
          <mxGeometry width="100" height="100" relative="1" as="geometry">
            <mxPoint x="-390" y="-44" as="sourcePoint" />
            <mxPoint x="-103" y="-540.0000000000002" as="targetPoint" />
            <Array as="points">
              <mxPoint x="-380" y="-190" />
              <mxPoint x="-380" y="-190" />
            </Array>
          </mxGeometry>
        </mxCell>
-         <mxCell id="tvN0JQb9E-ZVOXtC6DJ_-48" value="" style="edgeStyle=orthogonalEdgeStyle;fontSize=12;html=1;endArrow=ERzeroToMany;startArrow=ERmandOne;rounded=0;" parent="1" source="R5LQCCE7_3QwuszoyC7Z-378" target="R5LQCCE7_3QwuszoyC7Z-80" edge="1">
+         <mxCell id="tvN0JQb9E-ZVOXtC6DJ_-48" value="" style="edgeStyle=orthogonalEdgeStyle;fontSize=12;html=1;endArrow=none;startArrow=diamondThin;rounded=0;startSize=18;startFill=0;" parent="1" source="R5LQCCE7_3QwuszoyC7Z-378" target="R5LQCCE7_3QwuszoyC7Z-80" edge="1">
          <mxGeometry width="100" height="100" relative="1" as="geometry">
            <mxPoint x="-570" y="-380" as="sourcePoint" />
            <mxPoint x="-470" y="-480" as="targetPoint" />
            <Array as="points">
              <mxPoint x="-470" y="-60" />
              <mxPoint x="-470" y="-60" />
            </Array>
          </mxGeometry>
        </mxCell>
-         <mxCell id="BLt1-T14xA3SHuwbI0EL-8" style="edgeStyle=orthogonalEdgeStyle;rounded=0;orthogonalLoop=1;jettySize=auto;html=1;entryX=0.5;entryY=1;entryDx=0;entryDy=0;endArrow=block;endFill=0;" parent="1" source="-MKbIsfkjhsbcn6lV8ne-1" target="R5LQCCE7_3QwuszoyC7Z-1" edge="1">
+         <mxCell id="BLt1-T14xA3SHuwbI0EL-8" style="edgeStyle=orthogonalEdgeStyle;rounded=0;orthogonalLoop=1;jettySize=auto;html=1;entryX=0.5;entryY=1;entryDx=0;entryDy=0;endArrow=block;endFill=0;endSize=14;" parent="1" source="-MKbIsfkjhsbcn6lV8ne-1" target="R5LQCCE7_3QwuszoyC7Z-1" edge="1">
          <mxGeometry relative="1" as="geometry" />
        </mxCell>
        <mxCell id="-MKbIsfkjhsbcn6lV8ne-1" value="Empleado" style="shape=table;startSize=30;container=1;collapsible=1;childLayout=tableLayout;fixedRows=1;rowLines=0;fontStyle=1;align=center;resizeLast=1;html=1;" parent="1" vertex="1">
          <mxGeometry x="-283" y="-644" width="240" height="90" as="geometry" />
        </mxCell>
        <mxCell id="-MKbIsfkjhsbcn6lV8ne-2" value="" style="shape=tableRow;horizontal=0;startSize=0;swimlaneHead=0;swimlaneBody=0;fillColor=none;collapsible=0;dropTarget=0;points=[[0,0.5],[1,0.5]];portConstraint=eastwest;top=0;left=0;right=0;bottom=1;" parent="-MKbIsfkjhsbcn6lV8ne-1" vertex="1">
          <mxGeometry y="30" width="240" height="30" as="geometry" />
        </mxCell>
        <mxCell id="-MKbIsfkjhsbcn6lV8ne-3" value="FK" style="shape=partialRectangle;connectable=0;fillColor=none;top=0;left=0;bottom=0;right=0;fontStyle=1;overflow=hidden;whiteSpace=wrap;html=1;" parent="-MKbIsfkjhsbcn6lV8ne-2" vertex="1">
          <mxGeometry width="30" height="30" as="geometry">
            <mxRectangle width="30" height="30" as="alternateBounds" />
          </mxGeometry>
        </mxCell>
        <mxCell id="-MKbIsfkjhsbcn6lV8ne-4" value="- id: long" style="shape=partialRectangle;connectable=0;fillColor=none;top=0;left=0;bottom=0;right=0;align=left;spacingLeft=6;fontStyle=1;overflow=hidden;whiteSpace=wrap;html=1;" parent="-MKbIsfkjhsbcn6lV8ne-2" vertex="1">
          <mxGeometry x="30" width="210" height="30" as="geometry">
            <mxRectangle width="210" height="30" as="alternateBounds" />
          </mxGeometry>
        </mxCell>
        <mxCell id="-MKbIsfkjhsbcn6lV8ne-5" value="" style="shape=tableRow;horizontal=0;startSize=0;swimlaneHead=0;swimlaneBody=0;fillColor=none;collapsible=0;dropTarget=0;points=[[0,0.5],[1,0.5]];portConstraint=eastwest;top=0;left=0;right=0;bottom=1;" parent="-MKbIsfkjhsbcn6lV8ne-1" vertex="1">
          <mxGeometry y="60" width="240" height="30" as="geometry" />
        </mxCell>
        <mxCell id="-MKbIsfkjhsbcn6lV8ne-6" value="" style="shape=partialRectangle;connectable=0;fillColor=none;top=0;left=0;bottom=0;right=0;fontStyle=1;overflow=hidden;whiteSpace=wrap;html=1;" parent="-MKbIsfkjhsbcn6lV8ne-5" vertex="1">
          <mxGeometry width="30" height="30" as="geometry">
            <mxRectangle width="30" height="30" as="alternateBounds" />
          </mxGeometry>
        </mxCell>
        <mxCell id="-MKbIsfkjhsbcn6lV8ne-7" value="- ticketsGestionados: List&amp;lt;Ticket&amp;gt;" style="shape=partialRectangle;connectable=0;fillColor=none;top=0;left=0;bottom=0;right=0;align=left;spacingLeft=6;fontStyle=1;overflow=hidden;whiteSpace=wrap;html=1;" parent="-MKbIsfkjhsbcn6lV8ne-5" vertex="1">
          <mxGeometry x="30" width="210" height="30" as="geometry">
            <mxRectangle width="210" height="30" as="alternateBounds" />
          </mxGeometry>
        </mxCell>
        <mxCell id="-MKbIsfkjhsbcn6lV8ne-11" style="edgeStyle=orthogonalEdgeStyle;rounded=0;orthogonalLoop=1;jettySize=auto;html=1;exitX=1;exitY=0.5;exitDx=0;exitDy=0;" parent="-MKbIsfkjhsbcn6lV8ne-1" source="-MKbIsfkjhsbcn6lV8ne-2" target="-MKbIsfkjhsbcn6lV8ne-2" edge="1">
          <mxGeometry relative="1" as="geometry" />
        </mxCell>
-         <mxCell id="BLt1-T14xA3SHuwbI0EL-7" style="edgeStyle=orthogonalEdgeStyle;rounded=0;orthogonalLoop=1;jettySize=auto;html=1;entryX=0.5;entryY=1;entryDx=0;entryDy=0;endArrow=block;endFill=0;" parent="1" source="-MKbIsfkjhsbcn6lV8ne-12" target="R5LQCCE7_3QwuszoyC7Z-1" edge="1">
+         <mxCell id="BLt1-T14xA3SHuwbI0EL-7" style="edgeStyle=orthogonalEdgeStyle;rounded=0;orthogonalLoop=1;jettySize=auto;html=1;entryX=0.5;entryY=1;entryDx=0;entryDy=0;endArrow=block;endFill=0;endSize=14;" parent="1" source="-MKbIsfkjhsbcn6lV8ne-12" target="R5LQCCE7_3QwuszoyC7Z-1" edge="1">
          <mxGeometry relative="1" as="geometry" />
        </mxCell>
-         <mxCell id="BLt1-T14xA3SHuwbI0EL-11" style="edgeStyle=orthogonalEdgeStyle;rounded=0;orthogonalLoop=1;jettySize=auto;html=1;entryX=0.25;entryY=0;entryDx=0;entryDy=0;startArrow=ERmandOne;startFill=0;endArrow=ERzeroToMany;endFill=0;" parent="1" source="-MKbIsfkjhsbcn6lV8ne-12" target="R5LQCCE7_3QwuszoyC7Z-80" edge="1">
+         <mxCell id="BLt1-T14xA3SHuwbI0EL-11" style="edgeStyle=orthogonalEdgeStyle;rounded=0;orthogonalLoop=1;jettySize=auto;html=1;entryX=0.25;entryY=0;entryDx=0;entryDy=0;startArrow=diamondThin;startFill=0;endArrow=none;endFill=0;startSize=18;" parent="1" source="-MKbIsfkjhsbcn6lV8ne-12" target="R5LQCCE7_3QwuszoyC7Z-80" edge="1">
          <mxGeometry relative="1" as="geometry">
            <Array as="points">
              <mxPoint x="-445" y="-470" />
              <mxPoint x="-236" y="-470" />
            </Array>
          </mxGeometry>
        </mxCell>
        <mxCell id="-MKbIsfkjhsbcn6lV8ne-12" value="Cliente" style="shape=table;startSize=30;container=1;collapsible=1;childLayout=tableLayout;fixedRows=1;rowLines=0;fontStyle=1;align=center;resizeLast=1;html=1;" parent="1" vertex="1">
          <mxGeometry x="-560" y="-644" width="230" height="90" as="geometry" />
        </mxCell>
        <mxCell id="-MKbIsfkjhsbcn6lV8ne-13" value="" style="shape=tableRow;horizontal=0;startSize=0;swimlaneHead=0;swimlaneBody=0;fillColor=none;collapsible=0;dropTarget=0;points=[[0,0.5],[1,0.5]];portConstraint=eastwest;top=0;left=0;right=0;bottom=1;" parent="-MKbIsfkjhsbcn6lV8ne-12" vertex="1">
          <mxGeometry y="30" width="230" height="30" as="geometry" />
        </mxCell>
        <mxCell id="-MKbIsfkjhsbcn6lV8ne-14" value="FK" style="shape=partialRectangle;connectable=0;fillColor=none;top=0;left=0;bottom=0;right=0;fontStyle=1;overflow=hidden;whiteSpace=wrap;html=1;" parent="-MKbIsfkjhsbcn6lV8ne-13" vertex="1">
          <mxGeometry width="30" height="30" as="geometry">
            <mxRectangle width="30" height="30" as="alternateBounds" />
          </mxGeometry>
        </mxCell>
        <mxCell id="-MKbIsfkjhsbcn6lV8ne-15" value="- id: long" style="shape=partialRectangle;connectable=0;fillColor=none;top=0;left=0;bottom=0;right=0;align=left;spacingLeft=6;fontStyle=1;overflow=hidden;whiteSpace=wrap;html=1;" parent="-MKbIsfkjhsbcn6lV8ne-13" vertex="1">
          <mxGeometry x="30" width="200" height="30" as="geometry">
            <mxRectangle width="200" height="30" as="alternateBounds" />
          </mxGeometry>
        </mxCell>
        <mxCell id="-MKbIsfkjhsbcn6lV8ne-16" value="" style="shape=tableRow;horizontal=0;startSize=0;swimlaneHead=0;swimlaneBody=0;fillColor=none;collapsible=0;dropTarget=0;points=[[0,0.5],[1,0.5]];portConstraint=eastwest;top=0;left=0;right=0;bottom=1;" parent="-MKbIsfkjhsbcn6lV8ne-12" vertex="1">
          <mxGeometry y="60" width="230" height="30" as="geometry" />
        </mxCell>
        <mxCell id="-MKbIsfkjhsbcn6lV8ne-17" value="" style="shape=partialRectangle;connectable=0;fillColor=none;top=0;left=0;bottom=0;right=0;fontStyle=1;overflow=hidden;whiteSpace=wrap;html=1;" parent="-MKbIsfkjhsbcn6lV8ne-16" vertex="1">
          <mxGeometry width="30" height="30" as="geometry">
            <mxRectangle width="30" height="30" as="alternateBounds" />
          </mxGeometry>
        </mxCell>
        <mxCell id="-MKbIsfkjhsbcn6lV8ne-18" value="- ticketsCreados: List&amp;lt;Ticket&amp;gt;" style="shape=partialRectangle;connectable=0;fillColor=none;top=0;left=0;bottom=0;right=0;align=left;spacingLeft=6;fontStyle=1;overflow=hidden;whiteSpace=wrap;html=1;" parent="-MKbIsfkjhsbcn6lV8ne-16" vertex="1">
          <mxGeometry x="30" width="200" height="30" as="geometry">
            <mxRectangle width="200" height="30" as="alternateBounds" />
          </mxGeometry>
        </mxCell>
        <mxCell id="-MKbIsfkjhsbcn6lV8ne-22" style="edgeStyle=orthogonalEdgeStyle;rounded=0;orthogonalLoop=1;jettySize=auto;html=1;exitX=1;exitY=0.5;exitDx=0;exitDy=0;" parent="-MKbIsfkjhsbcn6lV8ne-12" source="-MKbIsfkjhsbcn6lV8ne-13" target="-MKbIsfkjhsbcn6lV8ne-13" edge="1">
          <mxGeometry relative="1" as="geometry" />
        </mxCell>
-         <mxCell id="-MKbIsfkjhsbcn6lV8ne-28" value="" style="edgeStyle=orthogonalEdgeStyle;fontSize=12;html=1;endArrow=ERzeroToMany;startArrow=ERmandOne;rounded=0;" parent="1" source="-MKbIsfkjhsbcn6lV8ne-1" target="R5LQCCE7_3QwuszoyC7Z-80" edge="1">
+         <mxCell id="-MKbIsfkjhsbcn6lV8ne-28" value="" style="edgeStyle=orthogonalEdgeStyle;fontSize=12;html=1;endArrow=none;startArrow=diamondThin;rounded=0;startFill=0;startSize=18;" parent="1" source="-MKbIsfkjhsbcn6lV8ne-1" target="R5LQCCE7_3QwuszoyC7Z-80" edge="1">
          <mxGeometry width="100" height="100" relative="1" as="geometry">
            <mxPoint x="-410" y="-514" as="sourcePoint" />
            <mxPoint x="-240" y="-337" as="targetPoint" />
            <Array as="points">
              <mxPoint x="-160" y="-435" />
              <mxPoint x="-130" y="-435" />
            </Array>
          </mxGeometry>
        </mxCell>
+         <mxCell id="_i3o4itHrVT4Cfw9mKqP-1" value="0, *" style="text;html=1;align=center;verticalAlign=middle;resizable=0;points=[];autosize=1;strokeColor=none;fillColor=none;" vertex="1" parent="1">
+           <mxGeometry x="-655" y="-490" width="40" height="30" as="geometry" />
+         </mxCell>
+         <mxCell id="_i3o4itHrVT4Cfw9mKqP-2" value="1" style="text;html=1;align=center;verticalAlign=middle;resizable=0;points=[];autosize=1;strokeColor=none;fillColor=none;" vertex="1" parent="1">
+           <mxGeometry x="-493" y="-1006" width="30" height="30" as="geometry" />
+         </mxCell>
+         <mxCell id="_i3o4itHrVT4Cfw9mKqP-3" value="1" style="text;html=1;align=center;verticalAlign=middle;resizable=0;points=[];autosize=1;strokeColor=none;fillColor=none;" vertex="1" parent="1">
+           <mxGeometry x="-443" y="-530" width="30" height="30" as="geometry" />
+         </mxCell>
+         <mxCell id="_i3o4itHrVT4Cfw9mKqP-4" value="0, *" style="text;html=1;align=center;verticalAlign=middle;resizable=0;points=[];autosize=1;strokeColor=none;fillColor=none;" vertex="1" parent="1">
+           <mxGeometry x="-233" y="-390" width="40" height="30" as="geometry" />
+         </mxCell>
+         <mxCell id="_i3o4itHrVT4Cfw9mKqP-5" value="1" style="text;html=1;align=center;verticalAlign=middle;resizable=0;points=[];autosize=1;strokeColor=none;fillColor=none;" vertex="1" parent="1">
+           <mxGeometry x="-158" y="-531" width="30" height="30" as="geometry" />
+         </mxCell>
+         <mxCell id="_i3o4itHrVT4Cfw9mKqP-6" value="0, *" style="text;html=1;align=center;verticalAlign=middle;resizable=0;points=[];autosize=1;strokeColor=none;fillColor=none;" vertex="1" parent="1">
+           <mxGeometry x="-128" y="-390" width="40" height="30" as="geometry" />
+         </mxCell>
+         <mxCell id="_i3o4itHrVT4Cfw9mKqP-7" value="1" style="text;html=1;align=center;verticalAlign=middle;resizable=0;points=[];autosize=1;strokeColor=none;fillColor=none;" vertex="1" parent="1">
+           <mxGeometry x="-360" y="-362" width="30" height="30" as="geometry" />
+         </mxCell>
+         <mxCell id="_i3o4itHrVT4Cfw9mKqP-9" value="1, *" style="text;html=1;align=center;verticalAlign=middle;resizable=0;points=[];autosize=1;strokeColor=none;fillColor=none;" vertex="1" parent="1">
+           <mxGeometry x="-507" y="-377" width="40" height="30" as="geometry" />
+         </mxCell>
+         <mxCell id="_i3o4itHrVT4Cfw9mKqP-10" value="1" style="text;html=1;align=center;verticalAlign=middle;resizable=0;points=[];autosize=1;strokeColor=none;fillColor=none;" vertex="1" parent="1">
+           <mxGeometry x="-486" y="-220" width="30" height="30" as="geometry" />
+         </mxCell>
+         <mxCell id="_i3o4itHrVT4Cfw9mKqP-11" value="0, *" style="text;html=1;align=center;verticalAlign=middle;resizable=0;points=[];autosize=1;strokeColor=none;fillColor=none;" vertex="1" parent="1">
+           <mxGeometry x="-350" y="-222" width="40" height="30" as="geometry" />
+         </mxCell>
+         <mxCell id="_i3o4itHrVT4Cfw9mKqP-12" value="1" style="text;html=1;align=center;verticalAlign=middle;resizable=0;points=[];autosize=1;strokeColor=none;fillColor=none;" vertex="1" parent="1">
+           <mxGeometry x="-486" y="-92" width="30" height="30" as="geometry" />
+         </mxCell>
+         <mxCell id="_i3o4itHrVT4Cfw9mKqP-13" value="0, *" style="text;html=1;align=center;verticalAlign=middle;resizable=0;points=[];autosize=1;strokeColor=none;fillColor=none;" vertex="1" parent="1">
+           <mxGeometry x="-350" y="-92" width="40" height="30" as="geometry" />
+         </mxCell>
      </root>
    </mxGraphModel>
  </diagram>
</mxfile>
